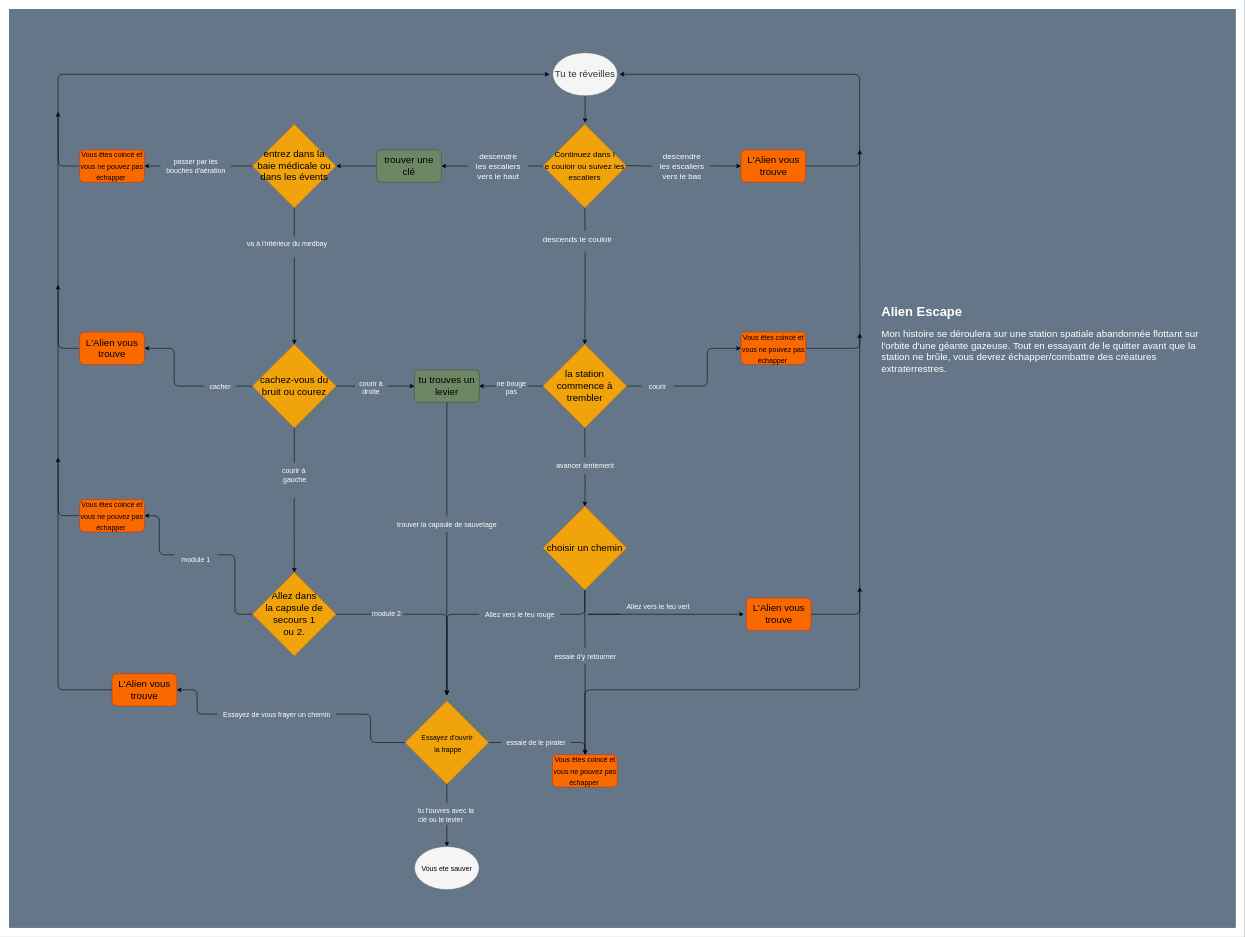
Antoha2033/Vous-etes-le-heros-Alien-Escape-FINALE.github.io keeps this draw.io diagram as assets/drawio/schema.drawio. Above is the earlier version. Source tidied: cells renumbered, new cells numbered last; positions are measured from the earlier drawing's top-left corner, leaving out a move shared by most shapes. Both pictures are drawn from the tidied source at 54%, with x=0, y=0 at pixel (9, 9).
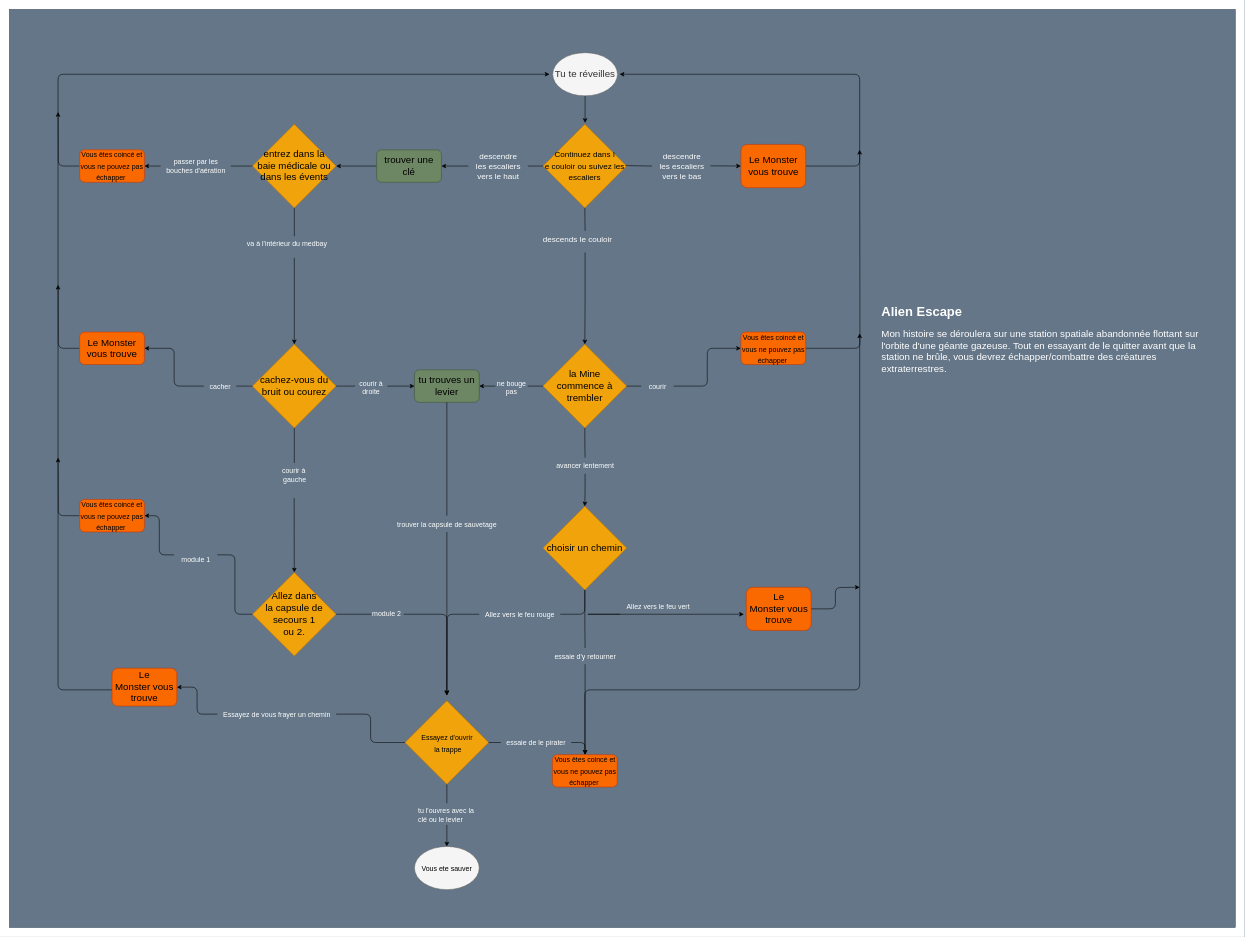
Above is the later version.

Diff of the diagram source:
```diff
@@
-    <mxCell id="7" value="L'Alien vous trouve" style="rounded=1;whiteSpace=wrap;html=1;strokeColor=#C73500;fontSize=18;fillColor=#fa6800;fontColor=#000000;" parent="1" vertex="1">
-      <mxGeometry x="1354.5" y="260" width="120" height="60" as="geometry" />
+    <mxCell id="7" value="Le Monster vous trouve" style="rounded=1;whiteSpace=wrap;html=1;strokeColor=#C73500;fontSize=18;fillColor=#fa6800;fontColor=#000000;" parent="1" vertex="1">
+      <mxGeometry x="1354.5" y="250" width="120" height="80" as="geometry" />
     </mxCell>
@@
-    <mxCell id="16" value="la station commence à trembler" style="rhombus;whiteSpace=wrap;html=1;strokeColor=#BD7000;fontSize=18;fillColor=#f0a30a;fontColor=#000000;" parent="1" vertex="1">
+    <mxCell id="16" value="la Mine &lt;br&gt;commence à trembler" style="rhombus;whiteSpace=wrap;html=1;strokeColor=#BD7000;fontSize=18;fillColor=#f0a30a;fontColor=#000000;" parent="1" vertex="1">
       <mxGeometry x="988" y="620" width="155" height="155" as="geometry" />
     </mxCell>
@@
-    <mxCell id="26" value="L'Alien vous trouve" style="rounded=1;whiteSpace=wrap;html=1;strokeColor=#C73500;fontSize=18;fillColor=#fa6800;fontColor=#000000;" parent="1" vertex="1">
+    <mxCell id="26" value="Le Monster vous trouve" style="rounded=1;whiteSpace=wrap;html=1;strokeColor=#C73500;fontSize=18;fillColor=#fa6800;fontColor=#000000;" parent="1" vertex="1">
       <mxGeometry x="130" y="597.5" width="120" height="60" as="geometry" />
     </mxCell>
@@
-    <mxCell id="36" value="L'Alien vous trouve" style="rounded=1;whiteSpace=wrap;html=1;strokeColor=#C73500;fontSize=18;fillColor=#fa6800;fontColor=#000000;" parent="1" vertex="1">
-      <mxGeometry x="1364.5" y="1090" width="120" height="60" as="geometry" />
+    <mxCell id="36" value="Le Monster&amp;nbsp;vous trouve" style="rounded=1;whiteSpace=wrap;html=1;strokeColor=#C73500;fontSize=18;fillColor=#fa6800;fontColor=#000000;" parent="1" vertex="1">
+      <mxGeometry x="1364.5" y="1070" width="120" height="80" as="geometry" />
     </mxCell>
@@
-    <mxCell id="50" value="L'Alien vous trouve" style="rounded=1;whiteSpace=wrap;html=1;strokeColor=#C73500;fontSize=18;fillColor=#fa6800;fontColor=#000000;" parent="1" vertex="1">
-      <mxGeometry x="190" y="1230" width="120" height="60" as="geometry" />
+    <mxCell id="50" value="Le Monster&amp;nbsp;vous trouve" style="rounded=1;whiteSpace=wrap;html=1;strokeColor=#C73500;fontSize=18;fillColor=#fa6800;fontColor=#000000;" parent="1" vertex="1">
+      <mxGeometry x="190" y="1220" width="120" height="70" as="geometry" />
     </mxCell>
```
